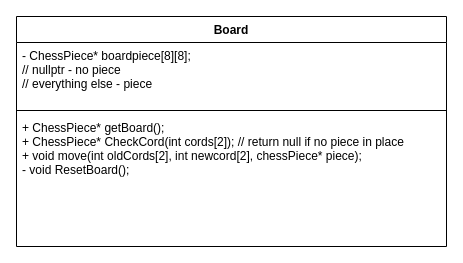
Before: page "Chess Board" (2 of 2) of Untitled Diagram.drawio in nadav26740/checkmate-adamnadav, a draw.io diagram. Source tidied: cells renumbered, new cells numbered last; positions are measured from the earlier drawing's top-left corner, leaving out a move shared by most shapes. Both pictures are drawn from the tidied source at 100%, with x=0, y=0 at pixel (16, 16).
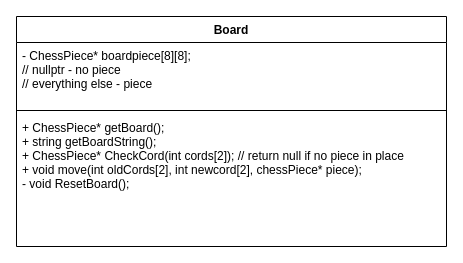
The same page after the edit.

Diff of the diagram source:
```diff
@@
 <mxGraphModel>
   <root>
     <mxCell id="0" />
     <mxCell id="1" parent="0" />
     <mxCell id="2" value="Board&#10;" style="swimlane;fontStyle=1;align=center;verticalAlign=top;horizontal=1;startSize=26;rounded=0;shadow=0;glass=0;sketch=0;strokeColor=#000000;" parent="1" vertex="1">
       <mxGeometry width="430" height="230" as="geometry" />
     </mxCell>
     <mxCell id="3" value="- ChessPiece* boardpiece[8][8];&#10;// nullptr - no piece&#10;// everything else - piece&#10;" style="text;strokeColor=none;fillColor=none;align=left;verticalAlign=top;spacingLeft=4;spacingRight=4;overflow=hidden;" parent="2" vertex="1">
       <mxGeometry y="26" width="430" height="64" as="geometry" />
     </mxCell>
     <mxCell id="4" style="line;strokeWidth=1;fillColor=none;align=left;verticalAlign=middle;spacingTop=-1;spacingLeft=3;spacingRight=3;labelPosition=right;" parent="2" vertex="1">
       <mxGeometry y="90" width="430" height="8" as="geometry" />
     </mxCell>
-    <mxCell id="5" value="+ ChessPiece* getBoard();&#10;+ ChessPiece* CheckCord(int cords[2]); // return null if no piece in place&#10;+ void move(int oldCords[2], int newcord[2], chessPiece* piece);&#10;- void ResetBoard();&#10;" style="text;strokeColor=none;fillColor=none;align=left;verticalAlign=top;spacingLeft=4;spacingRight=4;overflow=hidden;" parent="2" vertex="1">
+    <mxCell id="5" value="+ ChessPiece* getBoard();&#10;+ string getBoardString();&#10;+ ChessPiece* CheckCord(int cords[2]); // return null if no piece in place&#10;+ void move(int oldCords[2], int newcord[2], chessPiece* piece);&#10;- void ResetBoard();&#10;" style="text;strokeColor=none;fillColor=none;align=left;verticalAlign=top;spacingLeft=4;spacingRight=4;overflow=hidden;" parent="2" vertex="1">
       <mxGeometry y="98" width="430" height="132" as="geometry" />
     </mxCell>
   </root>
 </mxGraphModel>
```
